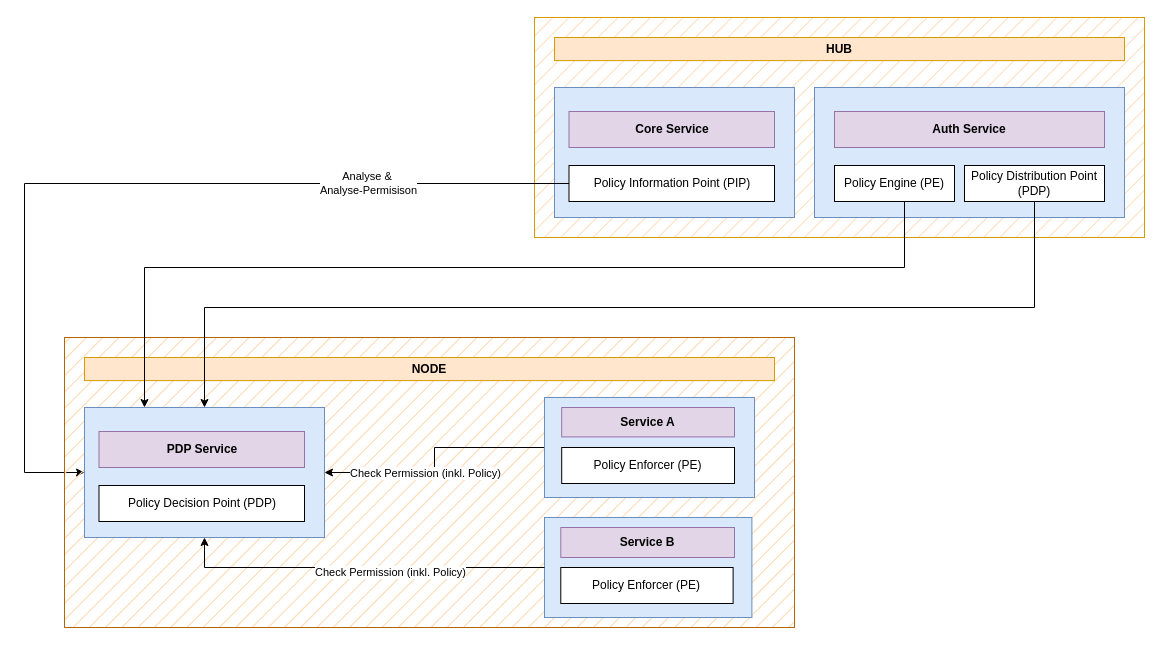
Earlier version of the draw.io diagram architecture/policy.drawio (PrivateAIM/diagrams). Source tidied: cells renumbered, new cells numbered last; positions are measured from the earlier drawing's top-left corner, leaving out a move shared by most shapes. Both pictures are drawn from the tidied source at 100%, with x=0, y=0 at pixel (24, 17).
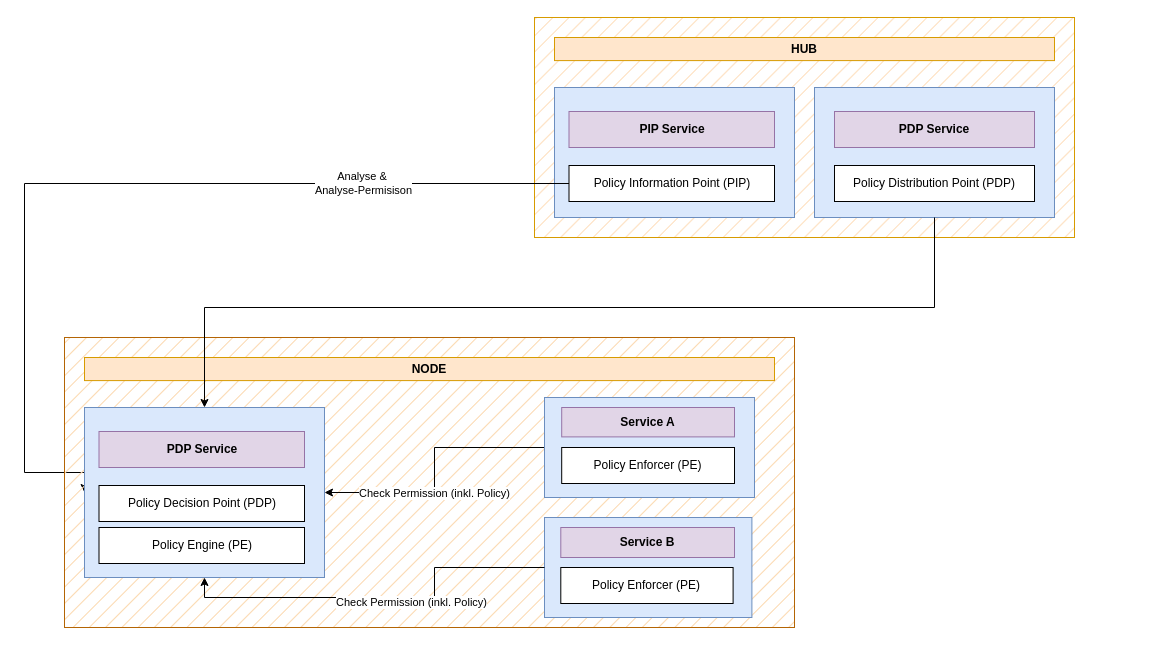
Above is the later version.

Commit message:
feat: simplify figure

What changed in the source:
```diff
@@
     <mxCell id="2" style="group;fillColor=#fad7ac;strokeColor=#b46504;fillStyle=hatch;" parent="1" vertex="1">
-      <mxGeometry x="510" width="610" height="220" as="geometry" />
+      <mxGeometry x="510" width="540" height="220" as="geometry" />
     </mxCell>
     <mxCell id="3" style="rounded=0;whiteSpace=wrap;html=1;fillColor=#ffe6cc;fillStyle=hatch;strokeColor=#d79b00;" parent="1" vertex="1">
-      <mxGeometry x="510" width="610" height="220" as="geometry" />
+      <mxGeometry x="510" width="540" height="220" as="geometry" />
     </mxCell>
     <mxCell id="4" value="&lt;b&gt;HUB&lt;/b&gt;" style="rounded=0;whiteSpace=wrap;html=1;fillColor=#ffe6cc;strokeColor=#d79b00;" parent="1" vertex="1">
-      <mxGeometry x="530" y="20" width="570" height="23.1" as="geometry" />
+      <mxGeometry x="530" y="20" width="500" height="23.1" as="geometry" />
     </mxCell>
@@
-    <mxCell id="6" value="&lt;b&gt;Core Service&lt;/b&gt;" style="rounded=0;whiteSpace=wrap;html=1;fillColor=#e1d5e7;strokeColor=#9673a6;" parent="1" vertex="1">
+    <mxCell id="6" value="&lt;b&gt;PIP Service&lt;/b&gt;" style="rounded=0;whiteSpace=wrap;html=1;fillColor=#e1d5e7;strokeColor=#9673a6;" parent="1" vertex="1">
       <mxGeometry x="544.5" y="94" width="205.5" height="36" as="geometry" />
     </mxCell>
@@
     <mxCell id="10" style="rounded=0;whiteSpace=wrap;html=1;fillColor=#dae8fc;strokeColor=#6c8ebf;" parent="1" vertex="1">
-      <mxGeometry x="790" y="70" width="310" height="130" as="geometry" />
+      <mxGeometry x="790" y="70" width="240" height="130" as="geometry" />
     </mxCell>
-    <mxCell id="11" value="&lt;b&gt;Auth Service&lt;/b&gt;" style="rounded=0;whiteSpace=wrap;html=1;fillColor=#e1d5e7;strokeColor=#9673a6;" parent="1" vertex="1">
-      <mxGeometry x="810" y="94" width="270" height="36" as="geometry" />
+    <mxCell id="11" value="&lt;b&gt;PDP Service&lt;/b&gt;" style="rounded=0;whiteSpace=wrap;html=1;fillColor=#e1d5e7;strokeColor=#9673a6;" parent="1" vertex="1">
+      <mxGeometry x="810" y="94" width="200" height="36" as="geometry" />
     </mxCell>
-    <mxCell id="12" value="Policy Engine (PE)" style="rounded=0;whiteSpace=wrap;html=1;" parent="1" vertex="1">
-      <mxGeometry x="810" y="148" width="120" height="36" as="geometry" />
-    </mxCell>
     <mxCell id="13" value="Policy Distribution Point (PDP)" style="rounded=0;whiteSpace=wrap;html=1;" parent="1" vertex="1">
-      <mxGeometry x="940" y="148" width="140" height="36" as="geometry" />
+      <mxGeometry x="810" y="148" width="200" height="36" as="geometry" />
     </mxCell>
@@
     <mxCell id="17" style="rounded=0;whiteSpace=wrap;html=1;fillColor=#dae8fc;strokeColor=#6c8ebf;" parent="1" vertex="1">
-      <mxGeometry x="60" y="390" width="240" height="130" as="geometry" />
+      <mxGeometry x="60" y="390" width="240" height="170" as="geometry" />
     </mxCell>
@@
-    <mxCell id="28" style="edgeStyle=orthogonalEdgeStyle;rounded=0;jettySize=auto;html=1;entryX=0.25;entryY=0;entryDx=0;entryDy=0;exitX=0.5;exitY=1;exitDx=0;exitDy=0;" parent="1" edge="1" source="12" target="17">
-      <mxGeometry relative="1" as="geometry">
-        <Array as="points">
-          <mxPoint x="880" y="250" />
-          <mxPoint x="120" y="250" />
-        </Array>
-      </mxGeometry>
-    </mxCell>
@@
-    <mxCell id="32" style="edgeStyle=orthogonalEdgeStyle;rounded=0;jettySize=auto;html=1;" parent="1" edge="1" source="13" target="17">
+    <mxCell id="32" style="edgeStyle=orthogonalEdgeStyle;rounded=0;jettySize=auto;html=1;exitX=0.5;exitY=1;exitDx=0;exitDy=0;" parent="1" edge="1" source="10" target="17">
       <mxGeometry relative="1" as="geometry">
         <Array as="points">
-          <mxPoint x="1010" y="290" />
+          <mxPoint x="910" y="290" />
           <mxPoint x="180" y="290" />
         </Array>
       </mxGeometry>
     </mxCell>
+    <mxCell id="12" value="Policy Engine (PE)" style="rounded=0;whiteSpace=wrap;html=1;" parent="1" vertex="1">
+      <mxGeometry x="74.5" y="510" width="205.5" height="36" as="geometry" />
+    </mxCell>
```
